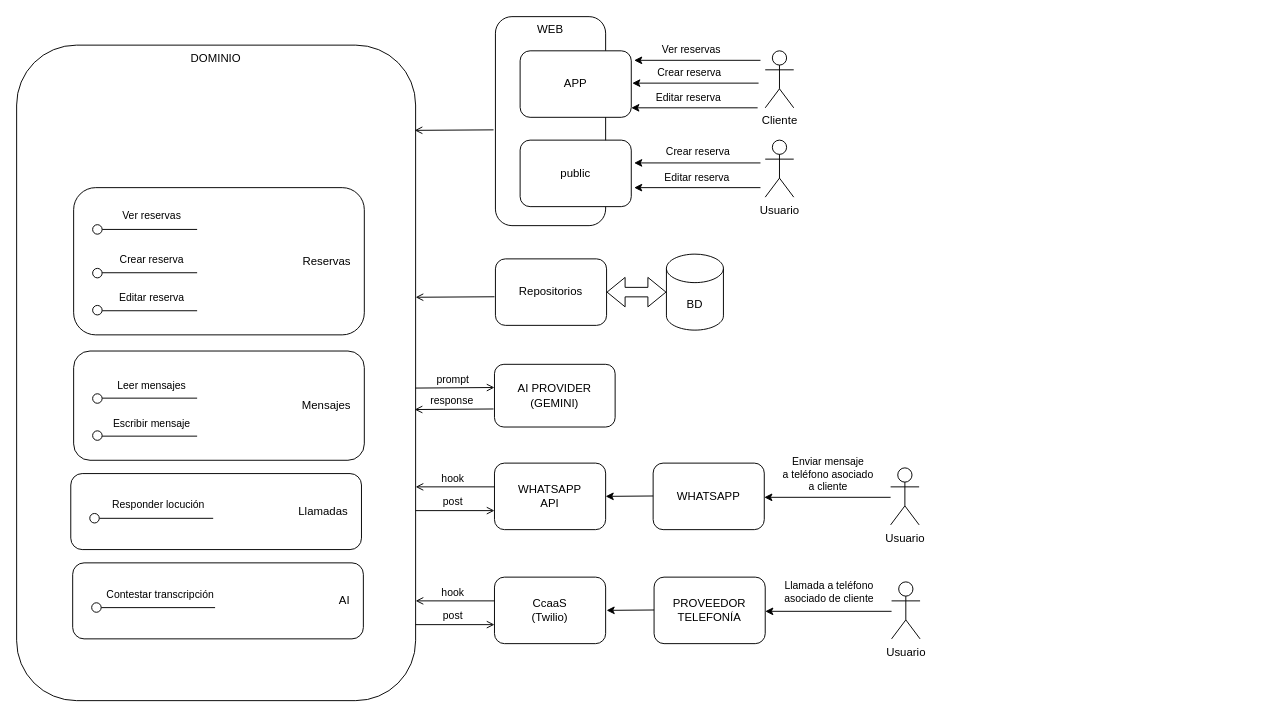
Above: doc/Diagrama sistema.drawio in ikericus/ReservaBot (draw.io), before the change. Source tidied: cells renumbered, new cells numbered last; positions are measured from the earlier drawing's top-left corner, leaving out a move shared by most shapes. Both pictures are drawn from the tidied source at 95%, with x=0, y=0 at pixel (16, 16).
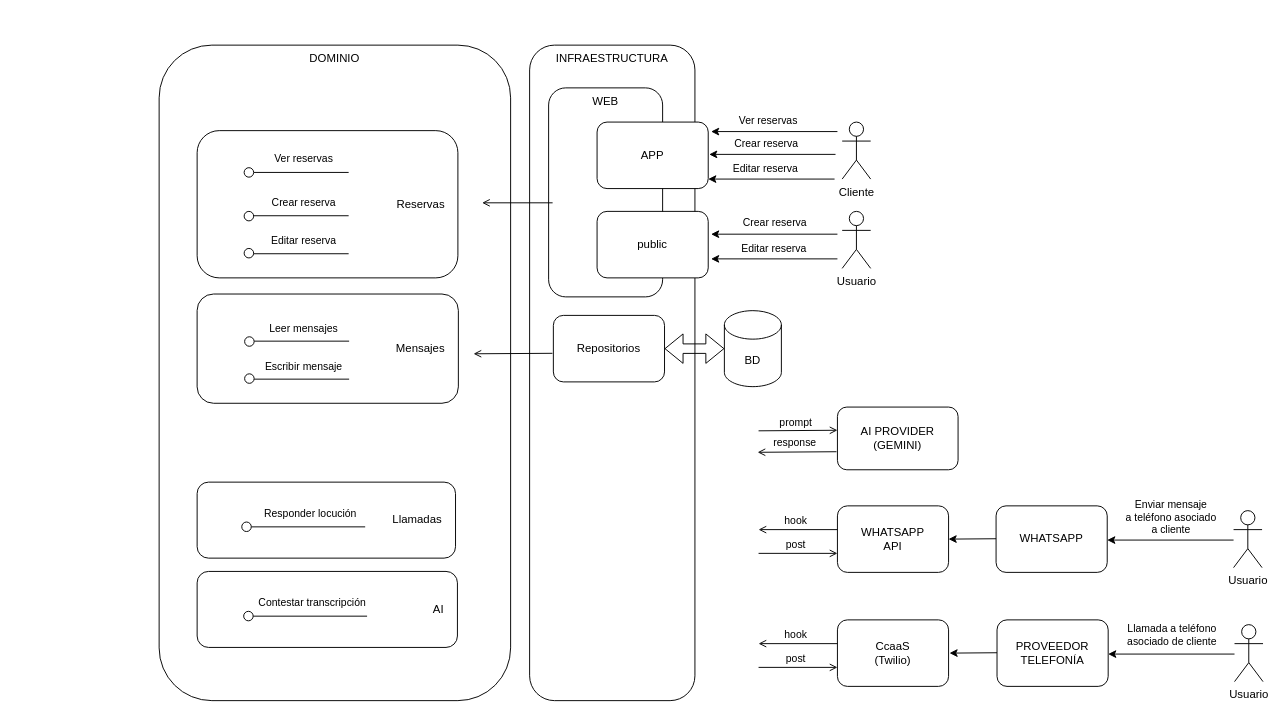
Above is the later version.

Change to the diagram source:
```diff
@@
+    <mxCell id="53" value="INFRAESTRUCTURA" style="rounded=1;whiteSpace=wrap;html=1;verticalAlign=top;" parent="1" vertex="1">
+      <mxGeometry x="540" y="30" width="174" height="690" as="geometry" />
+    </mxCell>
     <mxCell id="2" value="DOMINIO" style="rounded=1;whiteSpace=wrap;html=1;verticalAlign=top;" parent="1" vertex="1">
-      <mxGeometry y="30" width="420" height="690" as="geometry" />
+      <mxGeometry x="150" y="30" width="370" height="690" as="geometry" />
     </mxCell>
     <mxCell id="3" value="Reservas" style="rounded=1;whiteSpace=wrap;html=1;verticalAlign=middle;direction=south;align=right;spacingRight=12;" parent="1" vertex="1">
-      <mxGeometry x="60" y="180" width="306" height="155" as="geometry" />
+      <mxGeometry x="190" y="120" width="274.5" height="155" as="geometry" />
     </mxCell>
     <mxCell id="4" value="AI PROVIDER&lt;br&gt;(GEMINI)" style="rounded=1;whiteSpace=wrap;html=1;" parent="1" vertex="1">
-      <mxGeometry x="503" y="366" width="127" height="66" as="geometry" />
+      <mxGeometry x="864" y="411" width="127" height="66" as="geometry" />
     </mxCell>
     <mxCell id="5" value="prompt" style="endArrow=open;html=1;rounded=0;endFill=0;" parent="1" edge="1">
       <mxGeometry x="-0.05" y="9" relative="1" as="geometry">
-        <mxPoint x="420" y="391" as="sourcePoint" />
-        <mxPoint x="503" y="390.4" as="targetPoint" />
+        <mxPoint x="781" y="436" as="sourcePoint" />
+        <mxPoint x="864" y="435.4" as="targetPoint" />
       </mxGeometry>
     </mxCell>
     <mxCell id="6" value="WHATSAPP&lt;br&gt;API" style="rounded=1;whiteSpace=wrap;html=1;" parent="1" vertex="1">
-      <mxGeometry x="503" y="470" width="117" height="70" as="geometry" />
+      <mxGeometry x="864" y="515" width="117" height="70" as="geometry" />
     </mxCell>
     <mxCell id="7" value="hook" style="endArrow=none;html=1;rounded=0;startArrow=open;startFill=0;" parent="1" edge="1">
       <mxGeometry x="-0.05" y="9" relative="1" as="geometry">
-        <mxPoint x="420" y="495" as="sourcePoint" />
-        <mxPoint x="503" y="495" as="targetPoint" />
+        <mxPoint x="781" y="540" as="sourcePoint" />
+        <mxPoint x="864" y="540" as="targetPoint" />
       </mxGeometry>
     </mxCell>
     <mxCell id="8" value="post" style="endArrow=open;html=1;rounded=0;startArrow=none;startFill=0;endFill=0;" parent="1" edge="1">
       <mxGeometry x="-0.05" y="9" relative="1" as="geometry">
-        <mxPoint x="420" y="520" as="sourcePoint" />
-        <mxPoint x="503" y="520" as="targetPoint" />
+        <mxPoint x="781" y="565" as="sourcePoint" />
+        <mxPoint x="864" y="565" as="targetPoint" />
       </mxGeometry>
     </mxCell>
     <mxCell id="9" value="response" style="endArrow=none;html=1;rounded=0;endFill=0;startArrow=open;startFill=0;" parent="1" edge="1">
       <mxGeometry x="-0.05" y="9" relative="1" as="geometry">
-        <mxPoint x="419" y="413.6" as="sourcePoint" />
-        <mxPoint x="502" y="413" as="targetPoint" />
+        <mxPoint x="780" y="458.6" as="sourcePoint" />
+        <mxPoint x="863" y="458" as="targetPoint" />
       </mxGeometry>
     </mxCell>
     <mxCell id="10" value="WEB" style="rounded=1;whiteSpace=wrap;html=1;verticalAlign=top;" parent="1" vertex="1">
-      <mxGeometry x="504" width="116" height="220" as="geometry" />
+      <mxGeometry x="560" y="75" width="120" height="220" as="geometry" />
     </mxCell>
     <mxCell id="11" value="BD" style="shape=cylinder3;whiteSpace=wrap;html=1;boundedLbl=1;backgroundOutline=1;size=15;" parent="1" vertex="1">
-      <mxGeometry x="684" y="250" width="60" height="80" as="geometry" />
+      <mxGeometry x="745" y="309.5" width="60" height="80" as="geometry" />
     </mxCell>
     <mxCell id="12" value="Repositorios" style="rounded=1;whiteSpace=wrap;html=1;" parent="1" vertex="1">
-      <mxGeometry x="504" y="255" width="117" height="70" as="geometry" />
+      <mxGeometry x="565" y="314.5" width="117" height="70" as="geometry" />
     </mxCell>
-    <mxCell id="13" style="shape=flexArrow;endArrow=classic;startArrow=classic;html=1;rounded=0;entryX=0;entryY=0.5;entryDx=0;entryDy=0;entryPerimeter=0;exitX=1;exitY=0.5;exitDx=0;exitDy=0;" parent="1" edge="1" source="12" target="11">
-      <mxGeometry relative="1" as="geometry" />
-    </mxCell>
     <mxCell id="14" style="endArrow=none;html=1;rounded=0;endFill=0;startArrow=open;startFill=0;" parent="1" edge="1">
       <mxGeometry x="-0.05" y="9" relative="1" as="geometry">
-        <mxPoint x="420" y="295.4" as="sourcePoint" />
-        <mxPoint x="503" y="294.9" as="targetPoint" />
+        <mxPoint x="481" y="354.9" as="sourcePoint" />
+        <mxPoint x="564" y="354.4" as="targetPoint" />
       </mxGeometry>
     </mxCell>
     <mxCell id="15" value="Usuario" style="shape=umlActor;verticalLabelPosition=bottom;verticalAlign=top;html=1;" parent="1" vertex="1">
-      <mxGeometry x="920" y="475" width="30" height="60" as="geometry" />
+      <mxGeometry x="1281" y="520" width="30" height="60" as="geometry" />
     </mxCell>
     <mxCell id="16" value="Enviar mensaje&lt;br&gt;a teléfono asociado &lt;br&gt;a cliente" style="endArrow=classic;html=1;rounded=0;labelBackgroundColor=none;" parent="1" edge="1">
       <mxGeometry x="-0.01" y="-24" relative="1" as="geometry">
-        <mxPoint x="920" y="506" as="sourcePoint" />
-        <mxPoint x="787" y="506" as="targetPoint" />
+        <mxPoint x="1281" y="551" as="sourcePoint" />
+        <mxPoint x="1148" y="551" as="targetPoint" />
       </mxGeometry>
     </mxCell>
     <mxCell id="17" value="WHATSAPP" style="rounded=1;whiteSpace=wrap;html=1;" parent="1" vertex="1">
-      <mxGeometry x="670" y="470" width="117" height="70" as="geometry" />
+      <mxGeometry x="1031" y="515" width="117" height="70" as="geometry" />
     </mxCell>
     <mxCell id="18" style="endArrow=classic;html=1;rounded=0;" parent="1" edge="1">
       <mxGeometry relative="1" as="geometry">
-        <mxPoint x="670" y="504.6" as="sourcePoint" />
-        <mxPoint x="620" y="505" as="targetPoint" />
+        <mxPoint x="1031" y="549.6" as="sourcePoint" />
+        <mxPoint x="981" y="550" as="targetPoint" />
       </mxGeometry>
     </mxCell>
     <mxCell id="19" value="CcaaS&lt;div&gt;(Twilio)&lt;/div&gt;" style="rounded=1;whiteSpace=wrap;html=1;" parent="1" vertex="1">
-      <mxGeometry x="503" y="590" width="117" height="70" as="geometry" />
+      <mxGeometry x="864" y="635" width="117" height="70" as="geometry" />
     </mxCell>
     <mxCell id="20" value="hook" style="endArrow=none;html=1;rounded=0;startArrow=open;startFill=0;" parent="1" edge="1">
       <mxGeometry x="-0.05" y="9" relative="1" as="geometry">
-        <mxPoint x="420" y="615" as="sourcePoint" />
-        <mxPoint x="503" y="615" as="targetPoint" />
+        <mxPoint x="781" y="660" as="sourcePoint" />
+        <mxPoint x="864" y="660" as="targetPoint" />
       </mxGeometry>
     </mxCell>
     <mxCell id="21" value="post" style="endArrow=open;html=1;rounded=0;startArrow=none;startFill=0;endFill=0;" parent="1" edge="1">
       <mxGeometry x="-0.05" y="9" relative="1" as="geometry">
-        <mxPoint x="420" y="640" as="sourcePoint" />
-        <mxPoint x="503" y="640" as="targetPoint" />
+        <mxPoint x="781" y="685" as="sourcePoint" />
+        <mxPoint x="864" y="685" as="targetPoint" />
       </mxGeometry>
     </mxCell>
     <mxCell id="22" value="Usuario" style="shape=umlActor;verticalLabelPosition=bottom;verticalAlign=top;html=1;" parent="1" vertex="1">
-      <mxGeometry x="921" y="595" width="30" height="60" as="geometry" />
+      <mxGeometry x="1282" y="640" width="30" height="60" as="geometry" />
     </mxCell>
     <mxCell id="23" value="Llamada a&amp;nbsp;teléfono &lt;br&gt;asociado de&amp;nbsp;cliente" style="endArrow=classic;html=1;rounded=0;labelBackgroundColor=none;" parent="1" edge="1">
       <mxGeometry x="-0.01" y="-20" relative="1" as="geometry">
-        <mxPoint x="921" y="626" as="sourcePoint" />
-        <mxPoint x="788" y="626" as="targetPoint" />
+        <mxPoint x="1282" y="671" as="sourcePoint" />
+        <mxPoint x="1149" y="671" as="targetPoint" />
       </mxGeometry>
     </mxCell>
     <mxCell id="24" value="PROVEEDOR&lt;br&gt;TELEFONÍA" style="rounded=1;whiteSpace=wrap;html=1;" parent="1" vertex="1">
-      <mxGeometry x="671" y="590" width="117" height="70" as="geometry" />
+      <mxGeometry x="1032" y="635" width="117" height="70" as="geometry" />
     </mxCell>
     <mxCell id="25" style="endArrow=classic;html=1;rounded=0;" parent="1" edge="1">
       <mxGeometry relative="1" as="geometry">
-        <mxPoint x="671" y="624.6" as="sourcePoint" />
-        <mxPoint x="621" y="625" as="targetPoint" />
+        <mxPoint x="1032" y="669.6" as="sourcePoint" />
+        <mxPoint x="982" y="670" as="targetPoint" />
       </mxGeometry>
     </mxCell>
     <mxCell id="26" value="Crear reserva" style="endArrow=none;html=1;rounded=0;entryX=0.317;entryY=0.463;entryDx=0;entryDy=0;entryPerimeter=0;" parent="1" edge="1">
       <mxGeometry x="0.04" y="14" relative="1" as="geometry">
-        <mxPoint x="90" y="269.6" as="sourcePoint" />
-        <mxPoint x="190" y="269.6" as="targetPoint" />
+        <mxPoint x="249.5" y="209.6" as="sourcePoint" />
+        <mxPoint x="349.5" y="209.6" as="targetPoint" />
       </mxGeometry>
     </mxCell>
     <mxCell id="27" value="Editar reserva" style="endArrow=none;html=1;rounded=0;entryX=0.317;entryY=0.463;entryDx=0;entryDy=0;entryPerimeter=0;" parent="1" edge="1">
       <mxGeometry x="0.04" y="14" relative="1" as="geometry">
-        <mxPoint x="90" y="309.6" as="sourcePoint" />
-        <mxPoint x="190" y="309.6" as="targetPoint" />
+        <mxPoint x="249.5" y="249.6" as="sourcePoint" />
+        <mxPoint x="349.5" y="249.6" as="targetPoint" />
       </mxGeometry>
     </mxCell>
     <mxCell id="28" value="Mensajes" style="rounded=1;whiteSpace=wrap;html=1;verticalAlign=middle;direction=south;align=right;spacingRight=12;" parent="1" vertex="1">
-      <mxGeometry x="60" y="352" width="306" height="115" as="geometry" />
+      <mxGeometry x="190" y="292" width="275" height="115" as="geometry" />
     </mxCell>
     <mxCell id="29" value="Leer mensajes" style="endArrow=none;html=1;rounded=0;entryX=0.317;entryY=0.463;entryDx=0;entryDy=0;entryPerimeter=0;" parent="1" edge="1">
       <mxGeometry x="0.04" y="14" relative="1" as="geometry">
-        <mxPoint x="90" y="401.6" as="sourcePoint" />
-        <mxPoint x="190" y="401.6" as="targetPoint" />
+        <mxPoint x="250" y="341.6" as="sourcePoint" />
+        <mxPoint x="350" y="341.6" as="targetPoint" />
       </mxGeometry>
     </mxCell>
     <mxCell id="30" value="Escribir mensaje" style="endArrow=none;html=1;rounded=0;entryX=0.317;entryY=0.463;entryDx=0;entryDy=0;entryPerimeter=0;" parent="1" edge="1">
       <mxGeometry x="0.04" y="14" relative="1" as="geometry">
-        <mxPoint x="90" y="441.6" as="sourcePoint" />
-        <mxPoint x="190" y="441.6" as="targetPoint" />
+        <mxPoint x="250" y="381.6" as="sourcePoint" />
+        <mxPoint x="350" y="381.6" as="targetPoint" />
       </mxGeometry>
     </mxCell>
     <mxCell id="31" value="AI" style="rounded=1;whiteSpace=wrap;html=1;verticalAlign=middle;direction=south;align=right;spacingRight=12;" parent="1" vertex="1">
-      <mxGeometry x="59" y="575" width="306" height="80" as="geometry" />
+      <mxGeometry x="190" y="584" width="274" height="80" as="geometry" />
     </mxCell>
     <mxCell id="32" value="Contestar transcripción" style="endArrow=none;html=1;rounded=0;entryX=0.431;entryY=0.51;entryDx=0;entryDy=0;entryPerimeter=0;" parent="1" edge="1">
       <mxGeometry x="0.04" y="14" relative="1" as="geometry">
-        <mxPoint x="89" y="622.1" as="sourcePoint" />
-        <mxPoint x="208.9" y="622.1" as="targetPoint" />
+        <mxPoint x="249" y="631.1" as="sourcePoint" />
+        <mxPoint x="368.9" y="631.1" as="targetPoint" />
       </mxGeometry>
     </mxCell>
     <mxCell id="33" value="Cliente" style="shape=umlActor;verticalLabelPosition=bottom;verticalAlign=top;html=1;" parent="1" vertex="1">
-      <mxGeometry x="788" y="36" width="30" height="60" as="geometry" />
+      <mxGeometry x="869" y="111" width="30" height="60" as="geometry" />
     </mxCell>
     <mxCell id="34" value="Ver reservas" style="endArrow=classic;html=1;rounded=0;labelBackgroundColor=none;" parent="1" edge="1">
       <mxGeometry x="0.1" y="-11" relative="1" as="geometry">
-        <mxPoint x="783" y="46" as="sourcePoint" />
-        <mxPoint x="650" y="46" as="targetPoint" />
+        <mxPoint x="864" y="121" as="sourcePoint" />
+        <mxPoint x="731" y="121" as="targetPoint" />
       </mxGeometry>
     </mxCell>
     <mxCell id="35" value="APP" style="rounded=1;whiteSpace=wrap;html=1;" parent="1" vertex="1">
-      <mxGeometry x="530" y="36" width="117" height="70" as="geometry" />
+      <mxGeometry x="611" y="111" width="117" height="70" as="geometry" />
     </mxCell>
     <mxCell id="36" value="Usuario" style="shape=umlActor;verticalLabelPosition=bottom;verticalAlign=top;html=1;" parent="1" vertex="1">
-      <mxGeometry x="788" y="130" width="30" height="60" as="geometry" />
+      <mxGeometry x="869" y="205" width="30" height="60" as="geometry" />
     </mxCell>
     <mxCell id="37" value="Crear reserva" style="endArrow=classic;html=1;rounded=0;labelBackgroundColor=none;" parent="1" edge="1">
       <mxGeometry x="-0.01" y="-12" relative="1" as="geometry">
-        <mxPoint x="783" y="154" as="sourcePoint" />
-        <mxPoint x="650" y="154" as="targetPoint" />
+        <mxPoint x="864" y="229" as="sourcePoint" />
+        <mxPoint x="731" y="229" as="targetPoint" />
       </mxGeometry>
     </mxCell>
     <mxCell id="38" value="public" style="rounded=1;whiteSpace=wrap;html=1;" parent="1" vertex="1">
-      <mxGeometry x="530" y="130" width="117" height="70" as="geometry" />
+      <mxGeometry x="611" y="205" width="117" height="70" as="geometry" />
     </mxCell>
     <mxCell id="39" value="Editar reserva" style="endArrow=classic;html=1;rounded=0;labelBackgroundColor=none;" parent="1" edge="1">
       <mxGeometry y="-11" relative="1" as="geometry">
-        <mxPoint x="783" y="180" as="sourcePoint" />
-        <mxPoint x="650" y="180" as="targetPoint" />
+        <mxPoint x="864" y="255" as="sourcePoint" />
+        <mxPoint x="731" y="255" as="targetPoint" />
       </mxGeometry>
     </mxCell>
     <mxCell id="40" value="Ver reservas" style="endArrow=none;html=1;rounded=0;entryX=0.317;entryY=0.463;entryDx=0;entryDy=0;entryPerimeter=0;" parent="1" edge="1">
       <mxGeometry x="0.04" y="14" relative="1" as="geometry">
-        <mxPoint x="90" y="224" as="sourcePoint" />
-        <mxPoint x="190" y="224" as="targetPoint" />
+        <mxPoint x="249.5" y="164" as="sourcePoint" />
+        <mxPoint x="349.5" y="164" as="targetPoint" />
       </mxGeometry>
     </mxCell>
     <mxCell id="41" value="Crear reserva" style="endArrow=classic;html=1;rounded=0;labelBackgroundColor=none;" parent="1" edge="1">
       <mxGeometry x="0.1" y="-11" relative="1" as="geometry">
-        <mxPoint x="781" y="70" as="sourcePoint" />
-        <mxPoint x="648" y="70" as="targetPoint" />
+        <mxPoint x="862" y="145" as="sourcePoint" />
+        <mxPoint x="729" y="145" as="targetPoint" />
       </mxGeometry>
     </mxCell>
     <mxCell id="42" value="Editar reserva" style="endArrow=classic;html=1;rounded=0;labelBackgroundColor=none;" parent="1" edge="1">
       <mxGeometry x="0.1" y="-11" relative="1" as="geometry">
-        <mxPoint x="780" y="96" as="sourcePoint" />
-        <mxPoint x="647" y="96" as="targetPoint" />
+        <mxPoint x="861" y="171" as="sourcePoint" />
+        <mxPoint x="728" y="171" as="targetPoint" />
       </mxGeometry>
     </mxCell>
-    <mxCell id="43" style="endArrow=none;html=1;rounded=0;endFill=0;startArrow=open;startFill=0;" parent="1" edge="1">
+    <mxCell id="43" style="endArrow=none;html=1;rounded=0;endFill=0;startArrow=open;startFill=0;entryX=0.035;entryY=0.55;entryDx=0;entryDy=0;entryPerimeter=0;" parent="1" edge="1" target="10">
       <mxGeometry x="-0.05" y="9" relative="1" as="geometry">
-        <mxPoint x="419" y="119.7" as="sourcePoint" />
-        <mxPoint x="502" y="119.2" as="targetPoint" />
+        <mxPoint x="490" y="196" as="sourcePoint" />
       </mxGeometry>
     </mxCell>
     <mxCell id="44" style="ellipse;whiteSpace=wrap;html=1;" parent="1" vertex="1">
-      <mxGeometry x="80" y="219" width="10" height="10" as="geometry" />
+      <mxGeometry x="239.5" y="159" width="10" height="10" as="geometry" />
     </mxCell>
     <mxCell id="45" style="ellipse;whiteSpace=wrap;html=1;" parent="1" vertex="1">
-      <mxGeometry x="80" y="265" width="10" height="10" as="geometry" />
+      <mxGeometry x="239.5" y="205" width="10" height="10" as="geometry" />
     </mxCell>
     <mxCell id="46" style="ellipse;whiteSpace=wrap;html=1;" parent="1" vertex="1">
-      <mxGeometry x="80" y="304" width="10" height="10" as="geometry" />
+      <mxGeometry x="239.5" y="244" width="10" height="10" as="geometry" />
     </mxCell>
     <mxCell id="47" style="ellipse;whiteSpace=wrap;html=1;" parent="1" vertex="1">
-      <mxGeometry x="80" y="397" width="10" height="10" as="geometry" />
+      <mxGeometry x="240" y="337" width="10" height="10" as="geometry" />
     </mxCell>
     <mxCell id="48" style="ellipse;whiteSpace=wrap;html=1;" parent="1" vertex="1">
-      <mxGeometry x="80" y="436" width="10" height="10" as="geometry" />
+      <mxGeometry x="240" y="376" width="10" height="10" as="geometry" />
     </mxCell>
     <mxCell id="49" style="ellipse;whiteSpace=wrap;html=1;" parent="1" vertex="1">
-      <mxGeometry x="79" y="617" width="10" height="10" as="geometry" />
+      <mxGeometry x="239" y="626" width="10" height="10" as="geometry" />
     </mxCell>
     <mxCell id="50" value="Llamadas" style="rounded=1;whiteSpace=wrap;html=1;verticalAlign=middle;direction=south;align=right;spacingRight=12;" parent="1" vertex="1">
-      <mxGeometry x="57" y="481" width="306" height="80" as="geometry" />
+      <mxGeometry x="190" y="490" width="272" height="80" as="geometry" />
     </mxCell>
     <mxCell id="51" value="Responder locución" style="endArrow=none;html=1;rounded=0;entryX=0.431;entryY=0.51;entryDx=0;entryDy=0;entryPerimeter=0;" parent="1" edge="1">
       <mxGeometry x="0.04" y="14" relative="1" as="geometry">
-        <mxPoint x="87" y="528.1" as="sourcePoint" />
-        <mxPoint x="206.9" y="528.1" as="targetPoint" />
+        <mxPoint x="247" y="537.1" as="sourcePoint" />
+        <mxPoint x="366.9" y="537.1" as="targetPoint" />
       </mxGeometry>
     </mxCell>
     <mxCell id="52" style="ellipse;whiteSpace=wrap;html=1;" parent="1" vertex="1">
-      <mxGeometry x="77" y="523" width="10" height="10" as="geometry" />
+      <mxGeometry x="237" y="532" width="10" height="10" as="geometry" />
     </mxCell>
+    <mxCell id="13" style="shape=flexArrow;endArrow=classic;startArrow=classic;html=1;rounded=0;entryX=0;entryY=0.5;entryDx=0;entryDy=0;entryPerimeter=0;exitX=1;exitY=0.5;exitDx=0;exitDy=0;" parent="1" edge="1" source="12" target="11">
+      <mxGeometry relative="1" as="geometry" />
+    </mxCell>
```
